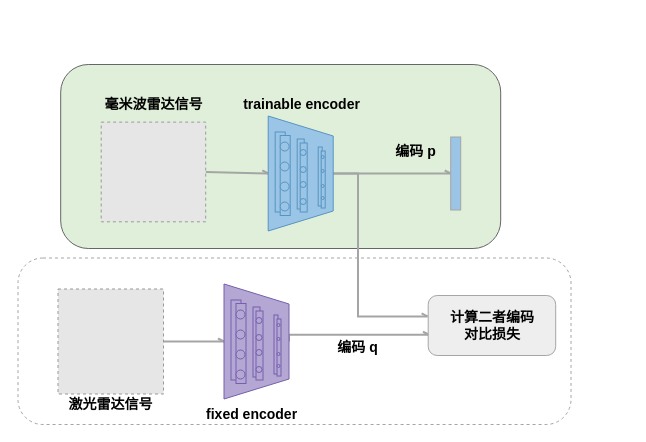
This is liuchengtu/对比学习.drawio from lunfee/diagrams.io, a draw.io file, before an edit. Source tidied: cells renumbered, new cells numbered last; positions are measured from the earlier drawing's top-left corner, leaving out a move shared by most shapes. Both pictures are drawn from the tidied source at 100%, with x=0, y=0 at pixel (17, 64). Pictures stored in the file or linked from it are replaced by grey dashed boxes.
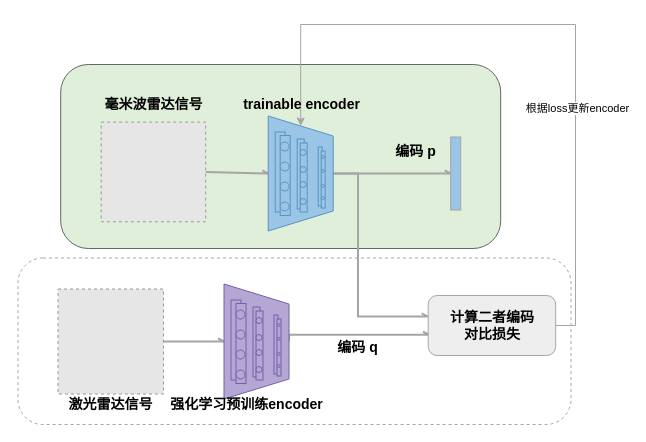
The same diagram, later.

The change refers to these unchanged cells:
```xml
<mxCell id="11" style="shape=trapezoid;perimeter=trapezoidPerimeter;whiteSpace=wrap;html=1;fixedSize=1;strokeWidth=1;rotation=90;fillColor=#9ac5e6;strokeColor=#5794c1;" parent="1" vertex="1">
  <mxGeometry x="225.7" y="76.5" width="115" height="65" as="geometry" />
</mxCell>
<mxCell id="50" value="&lt;b style=&quot;font-size: 14px&quot;&gt;计算二者编码&lt;br&gt;对比损失&lt;/b&gt;" style="rounded=1;whiteSpace=wrap;html=1;shadow=0;sketch=0;strokeColor=#A5A5A5;strokeWidth=1;fillColor=#eeeeee;" parent="1" vertex="1">
  <mxGeometry x="410.7" y="231" width="127.5" height="60" as="geometry" />
</mxCell>
```

Change to the diagram source:
```diff
@@
+    <mxCell id="57" style="edgeStyle=orthogonalEdgeStyle;rounded=0;jettySize=auto;html=1;exitX=1;exitY=0.5;exitDx=0;exitDy=0;entryX=0;entryY=0.5;entryDx=0;entryDy=0;strokeColor=#A5A5A5;" parent="1" edge="1" source="50" target="11">
+      <mxGeometry relative="1" as="geometry">
+        <Array as="points">
+          <mxPoint x="558" y="261" />
+          <mxPoint x="558" y="-40" />
+          <mxPoint x="283" y="-40" />
+        </Array>
+      </mxGeometry>
+    </mxCell>
+    <mxCell id="58" value="根据loss更新encoder" style="edgeLabel;html=1;align=center;verticalAlign=middle;" parent="57" vertex="1">
+      <mxGeometry x="-0.32" y="-1" relative="1" as="geometry" />
+    </mxCell>
@@
-    <mxCell id="56" value="&lt;b&gt;&lt;font style=&quot;font-size: 14px&quot;&gt;fixed encoder&amp;nbsp;&lt;/font&gt;&lt;/b&gt;" style="text;html=1;align=center;verticalAlign=middle;fillColor=none;strokeColor=none;rounded=0;" parent="1" vertex="1">
-      <mxGeometry x="180.5" y="340" width="110" height="20" as="geometry" />
+    <mxCell id="56" value="&lt;b&gt;&lt;font style=&quot;font-size: 14px&quot;&gt;强化学习预训练encoder&amp;nbsp;&lt;/font&gt;&lt;/b&gt;" style="text;html=1;align=center;verticalAlign=middle;fillColor=none;strokeColor=none;rounded=0;" parent="1" vertex="1">
+      <mxGeometry x="146" y="330" width="170" height="20" as="geometry" />
     </mxCell>
```
